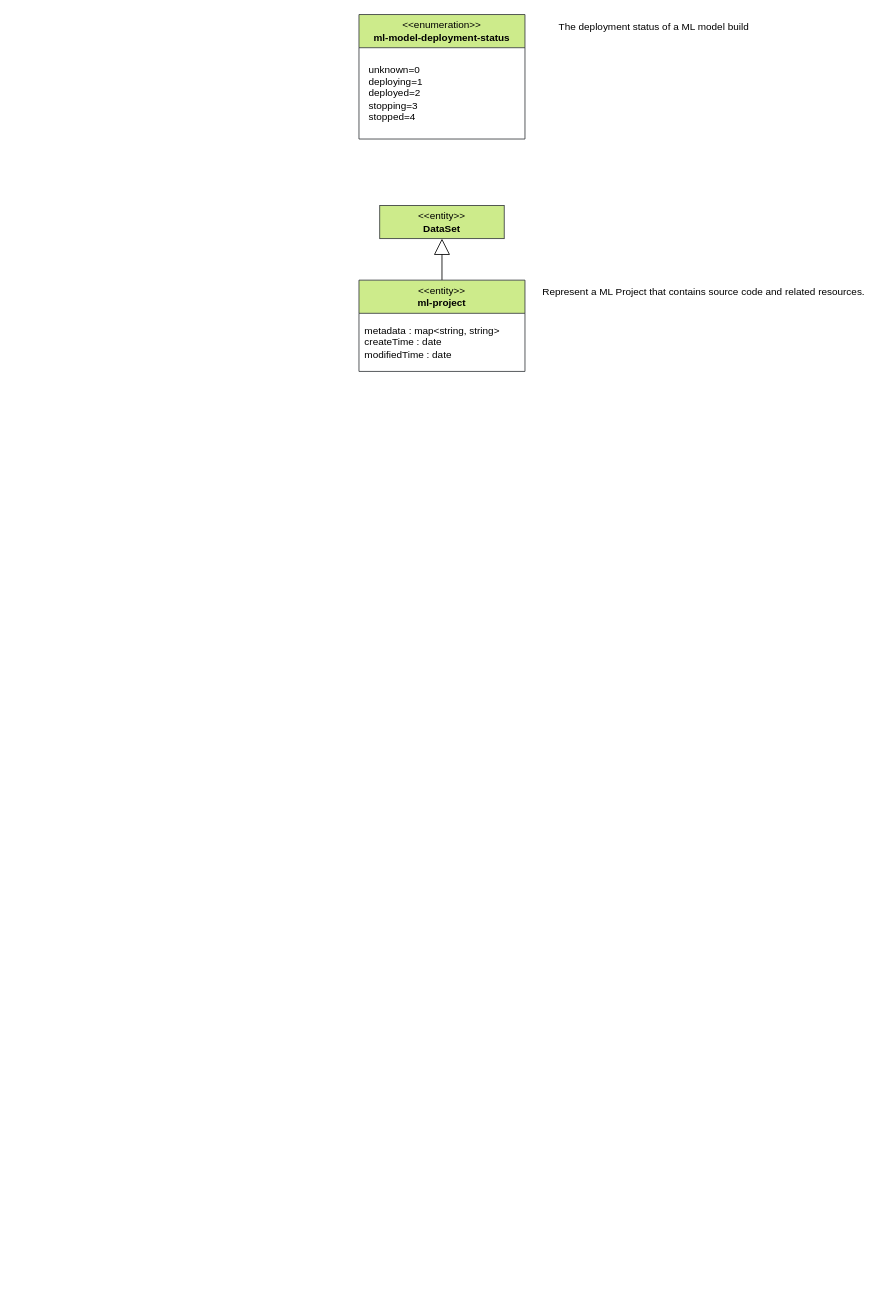
Before: page "4000 - Machine Learning" (3 of 3) of open-metadata-implementation/adapters/open-connectors/integration-connectors/atlas-integration-connector/docs/atlas-types.drawio in odpi/egeria, a draw.io diagram. Source tidied: cells renumbered, new cells numbered last; positions are measured from the earlier drawing's top-left corner, leaving out a move shared by most shapes. Both pictures are drawn from the tidied source at 83%, with x=0, y=0 at pixel (359, 14).
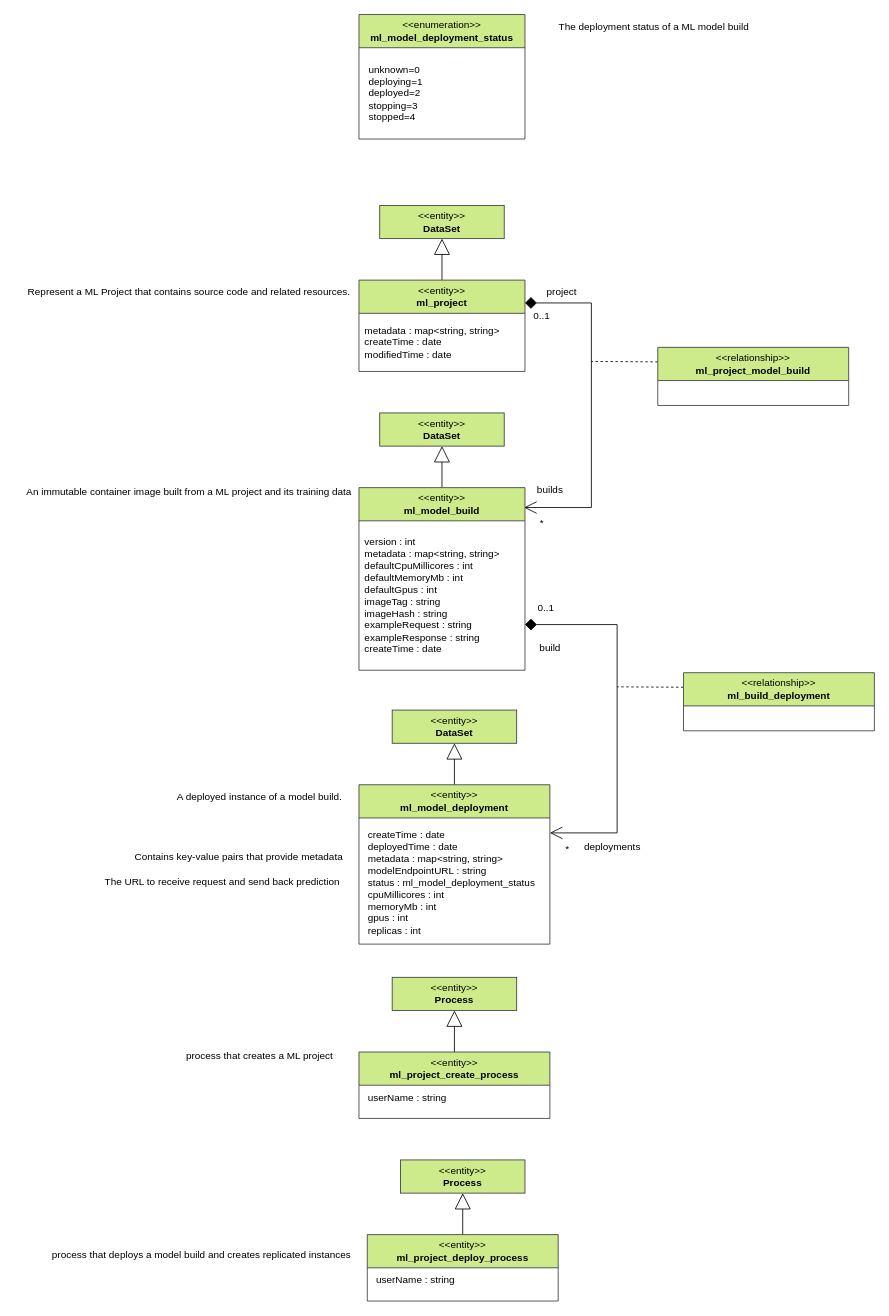
The same diagram, later.

Change to the diagram source:
```diff
@@
-    <mxCell id="2" value="&lt;span style=&quot;font-weight: normal;&quot;&gt;&amp;lt;&amp;lt;enumeration&amp;gt;&amp;gt;&lt;br&gt;&lt;/span&gt;ml-model-deployment-status" style="swimlane;whiteSpace=wrap;html=1;startSize=40;fillColor=#cdeb8b;strokeColor=#36393d;" parent="1" vertex="1">
+    <mxCell id="2" value="&lt;span style=&quot;font-weight: normal;&quot;&gt;&amp;lt;&amp;lt;enumeration&amp;gt;&amp;gt;&lt;br&gt;&lt;/span&gt;ml_model_deployment_status" style="swimlane;whiteSpace=wrap;html=1;startSize=40;fillColor=#cdeb8b;strokeColor=#36393d;" parent="1" vertex="1">
       <mxGeometry width="200" height="150" as="geometry" />
     </mxCell>
@@
-    <mxCell id="5" value="&lt;span style=&quot;font-weight: normal;&quot;&gt;&amp;lt;&amp;lt;entity&amp;gt;&amp;gt;&lt;br&gt;&lt;/span&gt;ml-project" style="swimlane;whiteSpace=wrap;html=1;startSize=40;fillColor=#cdeb8b;strokeColor=#36393d;" parent="1" vertex="1">
+    <mxCell id="5" value="&lt;span style=&quot;font-weight: normal;&quot;&gt;&amp;lt;&amp;lt;entity&amp;gt;&amp;gt;&lt;br&gt;&lt;/span&gt;ml_project" style="swimlane;whiteSpace=wrap;html=1;startSize=40;fillColor=#cdeb8b;strokeColor=#36393d;" parent="1" vertex="1">
       <mxGeometry y="320" width="200" height="110" as="geometry" />
     </mxCell>
@@
     <mxCell id="9" value="Represent a ML Project that contains source code and related resources." style="text;html=1;align=center;verticalAlign=middle;strokeColor=none;fillColor=none;" parent="1" vertex="1">
-      <mxGeometry x="210" y="320" width="410" height="30" as="geometry" />
+      <mxGeometry x="-410" y="320" width="410" height="30" as="geometry" />
     </mxCell>
+    <mxCell id="10" style="edgeStyle=orthogonalEdgeStyle;rounded=0;jettySize=auto;html=1;exitX=0.5;exitY=0;exitDx=0;exitDy=0;endArrow=block;endFill=0;endSize=17;" parent="1" edge="1" source="12" target="14">
+      <mxGeometry relative="1" as="geometry" />
+    </mxCell>
+    <mxCell id="11" style="edgeStyle=orthogonalEdgeStyle;rounded=0;jettySize=auto;html=1;endArrow=diamond;endFill=1;startArrow=open;startFill=0;entryX=1;entryY=0.25;entryDx=0;entryDy=0;exitX=0.995;exitY=0.109;exitDx=0;exitDy=0;exitPerimeter=0;endSize=12;targetPerimeterSpacing=0;sourcePerimeterSpacing=2;startSize=13;" parent="1" edge="1" source="12" target="5">
+      <mxGeometry relative="1" as="geometry">
+        <Array as="points">
+          <mxPoint x="280" y="594" />
+          <mxPoint x="280" y="348" />
+        </Array>
+      </mxGeometry>
+    </mxCell>
+    <mxCell id="12" value="&lt;span style=&quot;font-weight: normal;&quot;&gt;&amp;lt;&amp;lt;entity&amp;gt;&amp;gt;&lt;br&gt;&lt;/span&gt;ml_model_build" style="swimlane;whiteSpace=wrap;html=1;startSize=40;fillColor=#cdeb8b;strokeColor=#36393d;" parent="1" vertex="1">
+      <mxGeometry y="570" width="200" height="220" as="geometry" />
+    </mxCell>
+    <mxCell id="13" value="version : int&lt;br&gt;metadata : map&amp;lt;string, string&amp;gt;&lt;br&gt;defaultCpuMillicores : int&lt;br&gt;defaultMemoryMb : int&lt;br&gt;defaultGpus : int&lt;br&gt;imageTag : string&lt;br&gt;imageHash : string&lt;br&gt;exampleRequest : string&lt;br&gt;exampleResponse : string&lt;br&gt;createTime : date" style="text;html=1;align=left;verticalAlign=middle;strokeColor=none;fillColor=none;" parent="12" vertex="1">
+      <mxGeometry x="5" y="50" width="190" height="160" as="geometry" />
+    </mxCell>
+    <mxCell id="14" value="&amp;lt;&amp;lt;entity&amp;gt;&amp;gt;&lt;br&gt;&lt;b&gt;DataSet&lt;/b&gt;" style="rounded=0;whiteSpace=wrap;html=1;fillColor=#cdeb8b;strokeColor=#36393d;" parent="1" vertex="1">
+      <mxGeometry x="25" y="480" width="150" height="40" as="geometry" />
+    </mxCell>
+    <mxCell id="15" value="An immutable container image built from a ML project and its training data" style="text;html=1;align=center;verticalAlign=middle;strokeColor=none;fillColor=none;" parent="1" vertex="1">
+      <mxGeometry x="-415" y="560" width="420" height="30" as="geometry" />
+    </mxCell>
+    <mxCell id="16" value="A deployed instance of a model build." style="text;html=1;align=center;verticalAlign=middle;strokeColor=none;fillColor=none;" parent="1" vertex="1">
+      <mxGeometry x="-230" y="928" width="220" height="30" as="geometry" />
+    </mxCell>
+    <mxCell id="17" style="edgeStyle=orthogonalEdgeStyle;rounded=0;jettySize=auto;html=1;exitX=0.5;exitY=0;exitDx=0;exitDy=0;endArrow=block;endFill=0;endSize=17;" parent="1" edge="1" source="18" target="20">
+      <mxGeometry relative="1" as="geometry" />
+    </mxCell>
+    <mxCell id="18" value="&lt;span style=&quot;font-weight: normal;&quot;&gt;&amp;lt;&amp;lt;entity&amp;gt;&amp;gt;&lt;br&gt;&lt;/span&gt;ml_model_deployment" style="swimlane;whiteSpace=wrap;html=1;startSize=40;fillColor=#cdeb8b;strokeColor=#36393d;" parent="1" vertex="1">
+      <mxGeometry y="928" width="230" height="192" as="geometry" />
+    </mxCell>
+    <mxCell id="19" value="createTime : date&lt;br&gt;deployedTime : date&lt;br&gt;metadata : map&amp;lt;string, string&amp;gt;&lt;br&gt;modelEndpointURL : string&lt;br&gt;status : ml_model_deployment_status&lt;br&gt;cpuMillicores : int&lt;br&gt;memoryMb : int&lt;br&gt;gpus : int&lt;br&gt;replicas : int&lt;br&gt;" style="text;html=1;align=left;verticalAlign=middle;strokeColor=none;fillColor=none;" parent="18" vertex="1">
+      <mxGeometry x="9" y="48" width="220" height="140" as="geometry" />
+    </mxCell>
+    <mxCell id="20" value="&amp;lt;&amp;lt;entity&amp;gt;&amp;gt;&lt;br&gt;&lt;b&gt;DataSet&lt;/b&gt;" style="rounded=0;whiteSpace=wrap;html=1;fillColor=#cdeb8b;strokeColor=#36393d;" parent="1" vertex="1">
+      <mxGeometry x="40" y="838" width="150" height="40" as="geometry" />
+    </mxCell>
+    <mxCell id="21" value="The URL to receive request and send back prediction" style="text;html=1;align=center;verticalAlign=middle;strokeColor=none;fillColor=none;" parent="1" vertex="1">
+      <mxGeometry x="-320" y="1030" width="310" height="30" as="geometry" />
+    </mxCell>
+    <mxCell id="22" value="Contains key-value pairs that provide metadata" style="text;html=1;align=center;verticalAlign=middle;strokeColor=none;fillColor=none;" parent="1" vertex="1">
+      <mxGeometry x="-280" y="1000" width="270" height="30" as="geometry" />
+    </mxCell>
+    <mxCell id="23" style="edgeStyle=orthogonalEdgeStyle;rounded=0;jettySize=auto;html=1;exitX=0.5;exitY=0;exitDx=0;exitDy=0;endArrow=block;endFill=0;endSize=17;" parent="1" edge="1" source="24" target="26">
+      <mxGeometry relative="1" as="geometry" />
+    </mxCell>
+    <mxCell id="24" value="&lt;span style=&quot;font-weight: normal;&quot;&gt;&amp;lt;&amp;lt;entity&amp;gt;&amp;gt;&lt;br&gt;&lt;/span&gt;ml_project_create_process" style="swimlane;whiteSpace=wrap;html=1;startSize=40;fillColor=#cdeb8b;strokeColor=#36393d;" parent="1" vertex="1">
+      <mxGeometry y="1250" width="230" height="80" as="geometry" />
+    </mxCell>
+    <mxCell id="25" value="userName : string" style="text;html=1;align=left;verticalAlign=middle;strokeColor=none;fillColor=none;" parent="24" vertex="1">
+      <mxGeometry x="9" y="40" width="120" height="30" as="geometry" />
+    </mxCell>
+    <mxCell id="26" value="&amp;lt;&amp;lt;entity&amp;gt;&amp;gt;&lt;br&gt;&lt;b&gt;Process&lt;/b&gt;" style="rounded=0;whiteSpace=wrap;html=1;fillColor=#cdeb8b;strokeColor=#36393d;" parent="1" vertex="1">
+      <mxGeometry x="40" y="1160" width="150" height="40" as="geometry" />
+    </mxCell>
+    <mxCell id="27" value="process that creates a ML project" style="text;html=1;align=center;verticalAlign=middle;strokeColor=none;fillColor=none;" parent="1" vertex="1">
+      <mxGeometry x="-220" y="1240" width="200" height="30" as="geometry" />
+    </mxCell>
+    <mxCell id="28" style="edgeStyle=orthogonalEdgeStyle;rounded=0;jettySize=auto;html=1;exitX=0.5;exitY=0;exitDx=0;exitDy=0;endArrow=block;endFill=0;endSize=17;" parent="1" edge="1" source="29" target="31">
+      <mxGeometry relative="1" as="geometry" />
+    </mxCell>
+    <mxCell id="29" value="&lt;span style=&quot;font-weight: normal;&quot;&gt;&amp;lt;&amp;lt;entity&amp;gt;&amp;gt;&lt;br&gt;&lt;/span&gt;ml_project_deploy_process" style="swimlane;whiteSpace=wrap;html=1;startSize=40;fillColor=#cdeb8b;strokeColor=#36393d;" parent="1" vertex="1">
+      <mxGeometry x="10" y="1470" width="230" height="80" as="geometry" />
+    </mxCell>
+    <mxCell id="30" value="userName : string" style="text;html=1;align=left;verticalAlign=middle;strokeColor=none;fillColor=none;" parent="29" vertex="1">
+      <mxGeometry x="9" y="40" width="120" height="30" as="geometry" />
+    </mxCell>
+    <mxCell id="31" value="&amp;lt;&amp;lt;entity&amp;gt;&amp;gt;&lt;br&gt;&lt;b&gt;Process&lt;/b&gt;" style="rounded=0;whiteSpace=wrap;html=1;fillColor=#cdeb8b;strokeColor=#36393d;" parent="1" vertex="1">
+      <mxGeometry x="50" y="1380" width="150" height="40" as="geometry" />
+    </mxCell>
+    <mxCell id="32" style="edgeStyle=orthogonalEdgeStyle;rounded=0;jettySize=auto;html=1;exitX=0;exitY=0.25;exitDx=0;exitDy=0;dashed=1;endArrow=none;endFill=0;" parent="1" edge="1" source="33">
+      <mxGeometry relative="1" as="geometry">
+        <mxPoint x="280" y="418" as="targetPoint" />
+      </mxGeometry>
+    </mxCell>
+    <mxCell id="33" value="&lt;span style=&quot;font-weight: normal;&quot;&gt;&amp;lt;&amp;lt;relationship&amp;gt;&amp;gt;&lt;br&gt;&lt;/span&gt;ml_project_model_build" style="swimlane;whiteSpace=wrap;html=1;startSize=40;fillColor=#cdeb8b;strokeColor=#36393d;" parent="1" vertex="1">
+      <mxGeometry x="360" y="401" width="230" height="70" as="geometry" />
+    </mxCell>
+    <mxCell id="34" value="process that deploys a model build and creates replicated instances" style="text;html=1;align=center;verticalAlign=middle;strokeColor=none;fillColor=none;" parent="1" vertex="1">
+      <mxGeometry x="-380" y="1480" width="380" height="30" as="geometry" />
+    </mxCell>
+    <mxCell id="35" value="*" style="text;html=1;align=center;verticalAlign=middle;strokeColor=none;fillColor=none;" parent="1" vertex="1">
+      <mxGeometry x="205" y="598" width="30" height="30" as="geometry" />
+    </mxCell>
+    <mxCell id="36" value="0..1" style="text;html=1;align=center;verticalAlign=middle;strokeColor=none;fillColor=none;" parent="1" vertex="1">
+      <mxGeometry x="200" y="348" width="40" height="30" as="geometry" />
+    </mxCell>
+    <mxCell id="37" style="edgeStyle=orthogonalEdgeStyle;rounded=0;jettySize=auto;html=1;endArrow=diamond;endFill=1;startArrow=open;startFill=0;entryX=1;entryY=0.75;entryDx=0;entryDy=0;exitX=0.995;exitY=0.109;exitDx=0;exitDy=0;exitPerimeter=0;endSize=12;targetPerimeterSpacing=0;sourcePerimeterSpacing=2;startSize=13;" parent="1" edge="1" target="12">
+      <mxGeometry relative="1" as="geometry">
+        <mxPoint x="230" y="986" as="sourcePoint" />
+        <Array as="points">
+          <mxPoint x="311" y="986" />
+          <mxPoint x="311" y="735" />
+        </Array>
+      </mxGeometry>
+    </mxCell>
+    <mxCell id="38" style="edgeStyle=orthogonalEdgeStyle;rounded=0;jettySize=auto;html=1;exitX=0;exitY=0.25;exitDx=0;exitDy=0;dashed=1;endArrow=none;endFill=0;" parent="1" edge="1" source="39">
+      <mxGeometry relative="1" as="geometry">
+        <mxPoint x="311" y="810" as="targetPoint" />
+      </mxGeometry>
+    </mxCell>
+    <mxCell id="39" value="&lt;span style=&quot;font-weight: normal;&quot;&gt;&amp;lt;&amp;lt;relationship&amp;gt;&amp;gt;&lt;br&gt;&lt;/span&gt;ml_build_deployment" style="swimlane;whiteSpace=wrap;html=1;startSize=40;fillColor=#cdeb8b;strokeColor=#36393d;" parent="1" vertex="1">
+      <mxGeometry x="391" y="793" width="230" height="70" as="geometry" />
+    </mxCell>
+    <mxCell id="40" value="*" style="text;html=1;align=center;verticalAlign=middle;strokeColor=none;fillColor=none;" parent="1" vertex="1">
+      <mxGeometry x="236" y="990" width="30" height="30" as="geometry" />
+    </mxCell>
+    <mxCell id="41" value="0..1" style="text;html=1;align=center;verticalAlign=middle;strokeColor=none;fillColor=none;" parent="1" vertex="1">
+      <mxGeometry x="205" y="700" width="40" height="30" as="geometry" />
+    </mxCell>
+    <mxCell id="42" value="deployments" style="text;html=1;align=center;verticalAlign=middle;strokeColor=none;fillColor=none;" parent="1" vertex="1">
+      <mxGeometry x="260" y="988" width="90" height="30" as="geometry" />
+    </mxCell>
+    <mxCell id="43" value="build" style="text;html=1;align=center;verticalAlign=middle;strokeColor=none;fillColor=none;" parent="1" vertex="1">
+      <mxGeometry x="205" y="748" width="50" height="30" as="geometry" />
+    </mxCell>
+    <mxCell id="44" value="project" style="text;html=1;align=center;verticalAlign=middle;strokeColor=none;fillColor=none;" parent="1" vertex="1">
+      <mxGeometry x="214" y="320" width="60" height="30" as="geometry" />
+    </mxCell>
+    <mxCell id="45" value="builds" style="text;html=1;align=center;verticalAlign=middle;strokeColor=none;fillColor=none;" parent="1" vertex="1">
+      <mxGeometry x="205" y="558" width="50" height="30" as="geometry" />
+    </mxCell>
```
